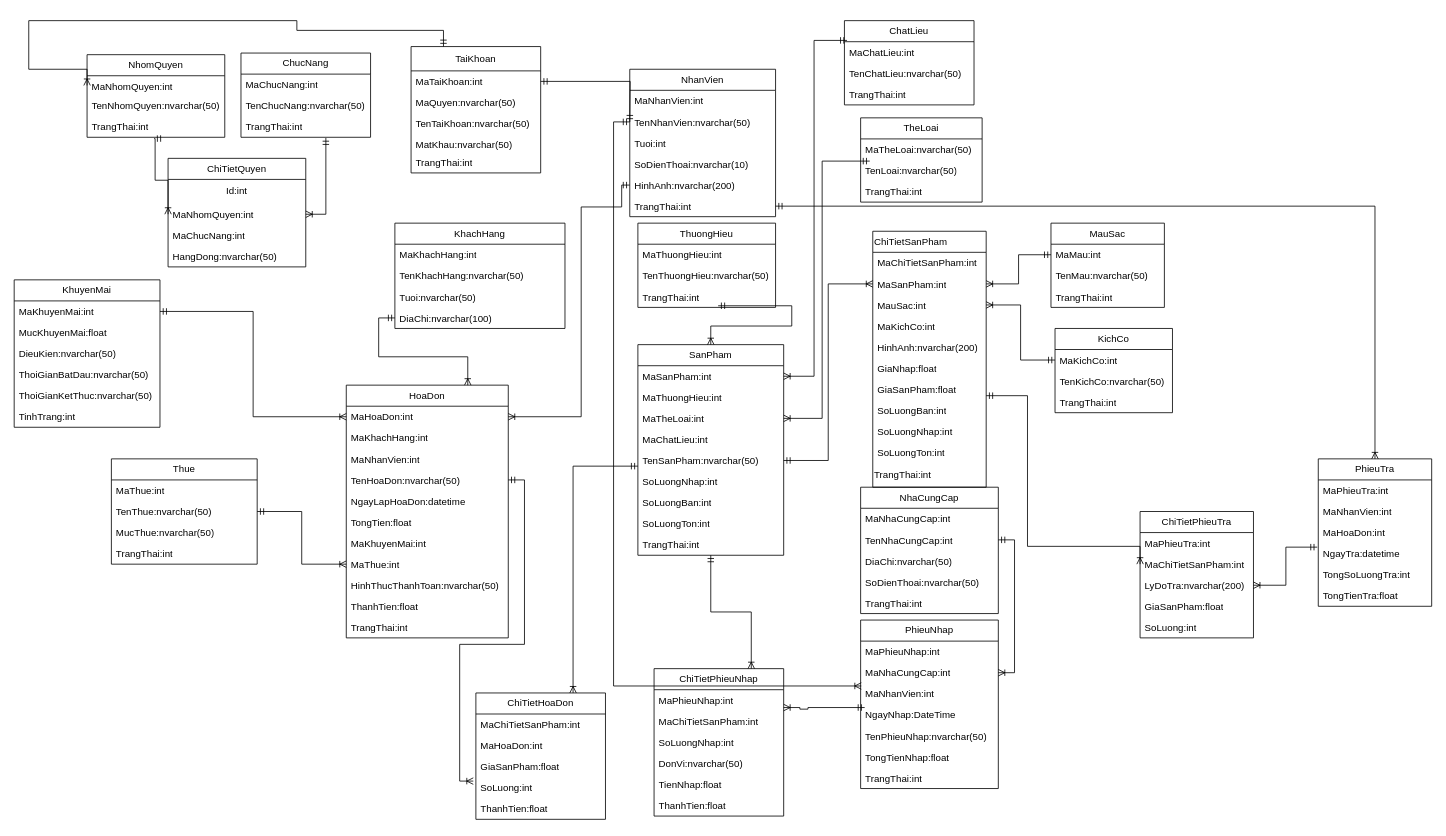
Before: Biểu đồ không có tiêu đề (1).drawio in maivantai2003/SportStoreManager, a draw.io diagram. Source tidied: cells renumbered, new cells numbered last; positions are measured from the earlier drawing's top-left corner, leaving out a move shared by most shapes. Both pictures are drawn from the tidied source at 81%, with x=0, y=0 at pixel (14, 20).
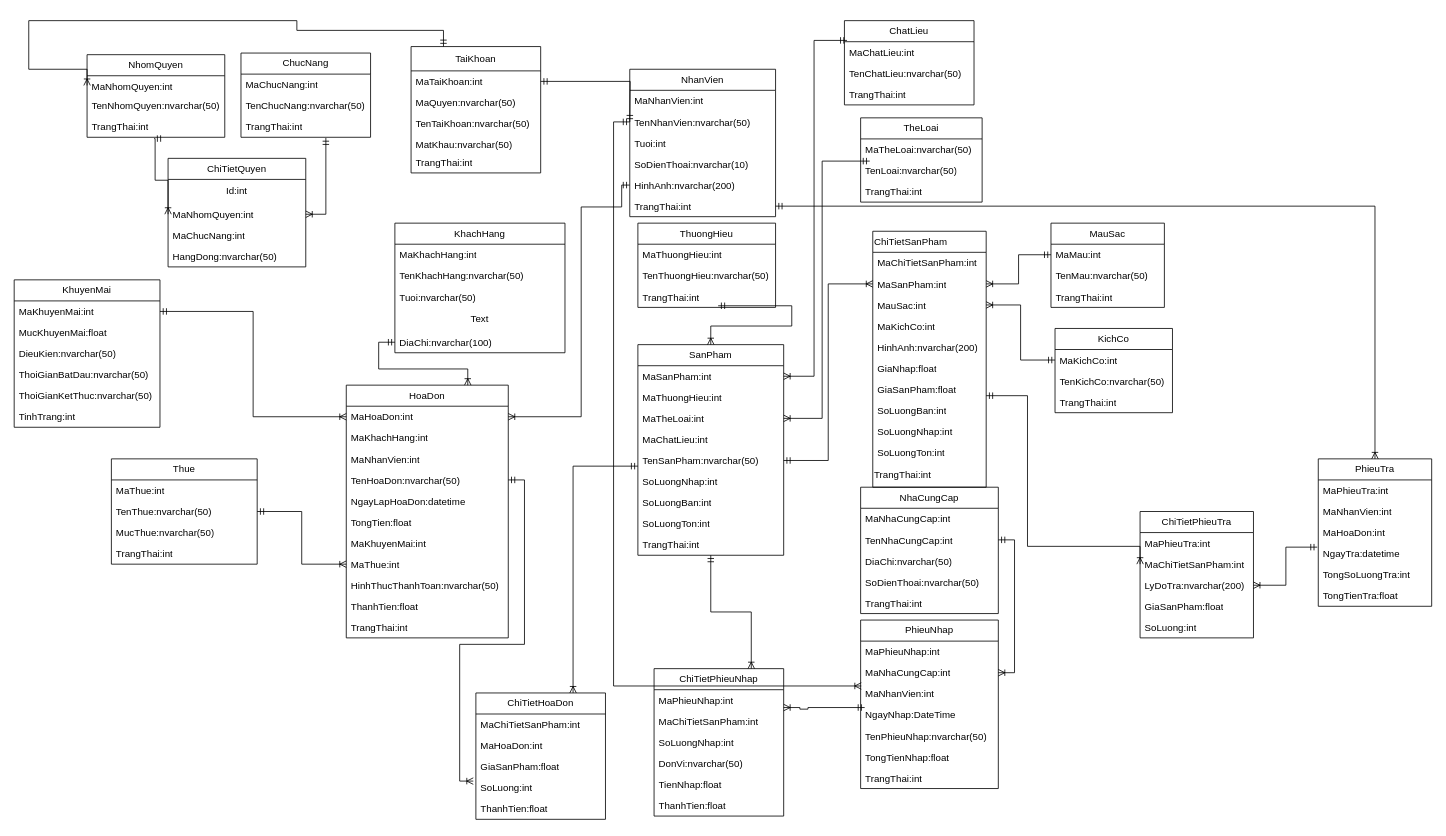
The same page after the edit.

Commit message:
Cập nhật Biểu đồ không có tiêu đề (1).drawio

Diff of the diagram source:
```diff
@@
     <mxCell id="32" value="KhachHang" style="swimlane;fontStyle=0;horizontal=1;startSize=26;fillColor=none;whiteSpace=wrap;html=1;" parent="1" vertex="1">
-      <mxGeometry x="470" y="250" width="210" height="130" as="geometry" />
+      <mxGeometry x="470" y="250" width="210" height="160" as="geometry" />
     </mxCell>
@@
+    <mxCell id="162" value="Text" style="text;html=1;strokeColor=none;fillColor=none;align=center;verticalAlign=middle;whiteSpace=wrap;rounded=0;" parent="32" vertex="1">
+      <mxGeometry y="104" width="210" height="30" as="geometry" />
+    </mxCell>
     <mxCell id="36" value="DiaChi:nvarchar(100)" style="text;strokeColor=none;fillColor=none;align=left;verticalAlign=top;spacingLeft=4;spacingRight=4;overflow=hidden;points=[[0,0.5],[1,0.5]];portConstraint=eastwest;whiteSpace=wrap;html=1;" parent="32" vertex="1">
-      <mxGeometry y="104" width="210" height="26" as="geometry" />
+      <mxGeometry y="134" width="210" height="26" as="geometry" />
     </mxCell>
```
